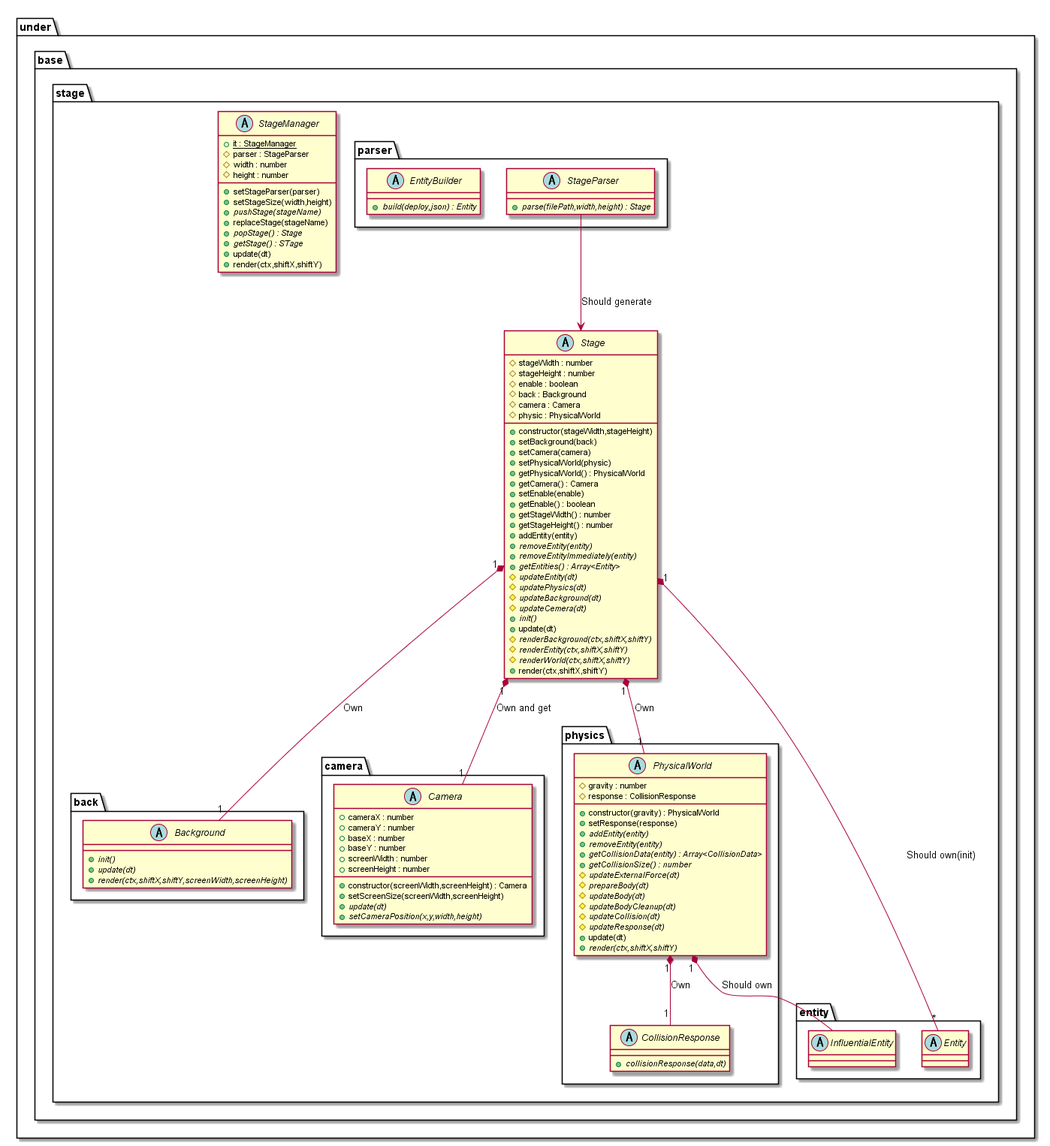
Earlier version of the PlantUML export out/uml/stage/Base/StageBase.png (Expine/Under).
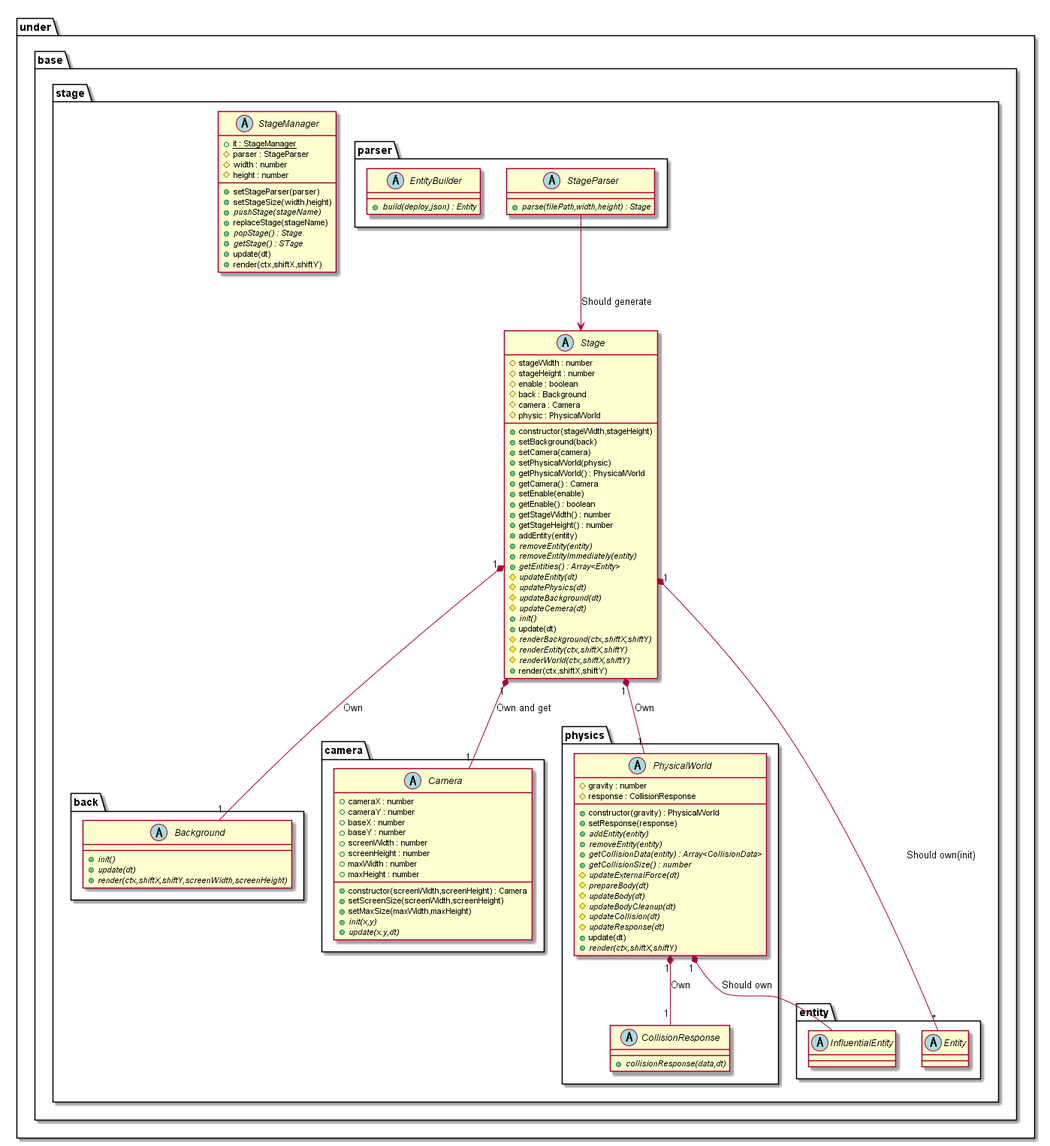
After the commit.

Diff of the diagram source:
```diff
@@ -73,9 +73,12 @@
                     +baseY : number
                     +screenWidth : number
                     +screenHeight : number
+                    +maxWidth : number
+                    +maxHeight : number
                     +setScreenSize(screenWidth,screenHeight)
-                    {abstract} +update(dt)
-                    {abstract} +setCameraPosition(x,y,width,height)
+                    +setMaxSize(maxWidth,maxHeight)
+                    {abstract} +init(x,y)
+                    {abstract} +update(x.y,dt)
                 }
             }
             package physics {
```
